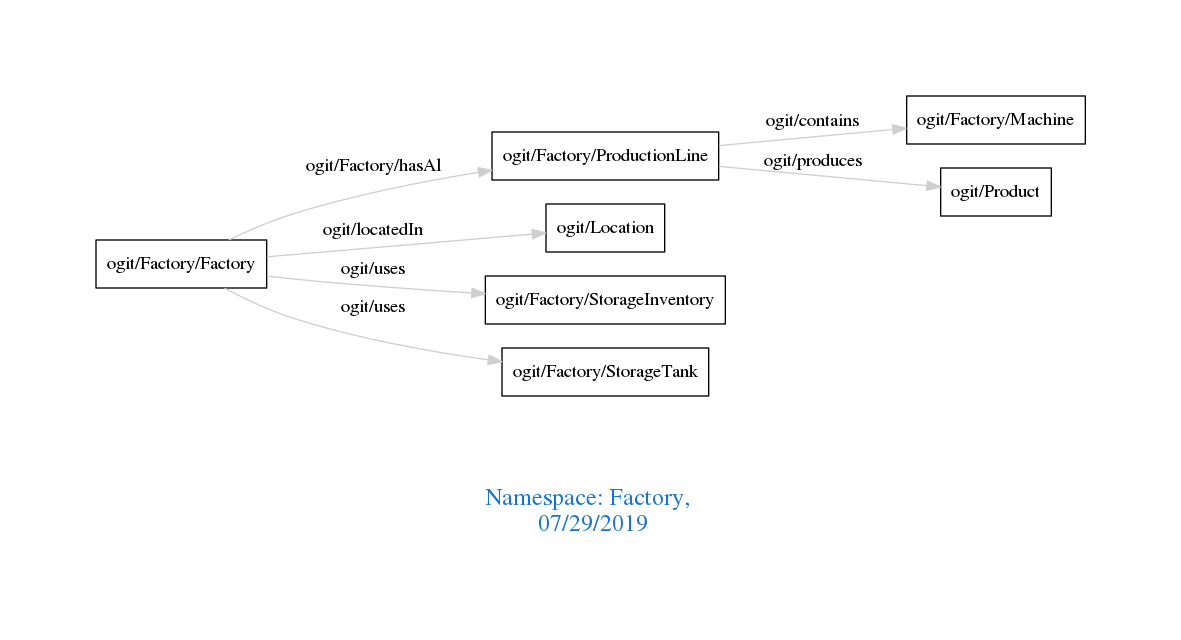
Before: downloads/Factory.png, a diagram exported from Graphviz (arago/OGIT). Its source is kept beside it as downloads/Factory.dot.
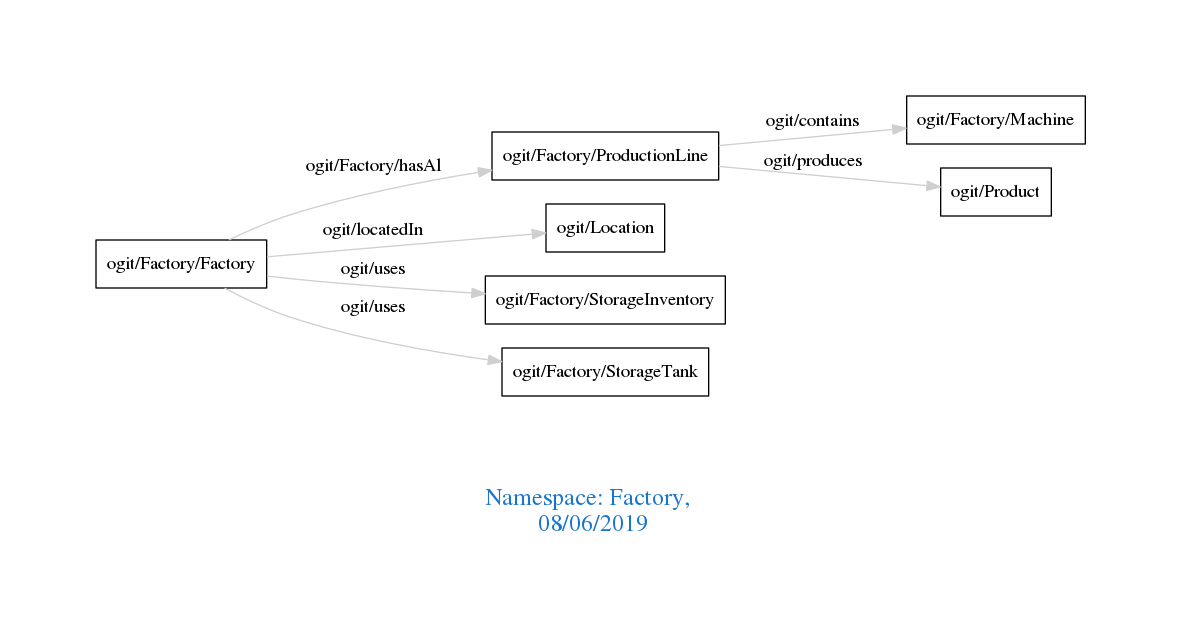
Later version of the same file.

What changed in the source:
```diff
@@ -1,7 +1,7 @@
 digraph OGIT_ontology {
  graph [ rankdir= LR,pad=1
 fontsize = 18,
-fontcolor= dodgerblue3,label = "\n\n\nNamespace: Factory, \n 07/29/2019"];
+fontcolor= dodgerblue3,label = "\n\n\nNamespace: Factory, \n 08/06/2019"];
 node[shape=polygon];
 edge [  color="gray81"];
 
```
